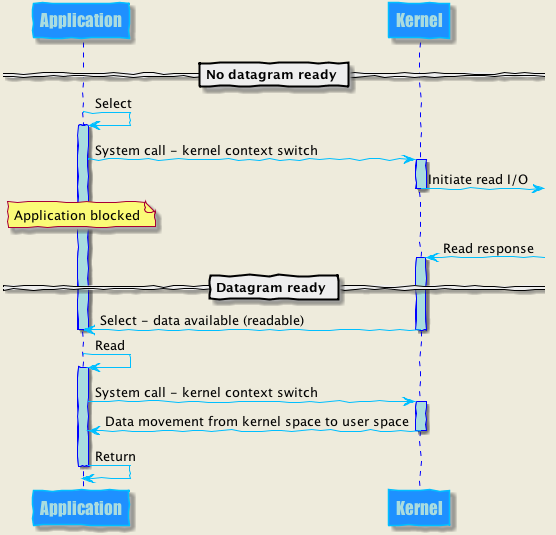
Hsin2Code/technology keeps this PlantUML diagram as io_multiplexing/image/async_blocking.png. Above is the earlier version. Source of this version:
```plantuml
@startuml
skinparam backgroundColor #EEEBDC
skinparam handwritten true

skinparam sequence {

ArrowColor DeepSkyBlue
LifeLineBorderColor blue
LifeLineBackgroundColor #A9DCDF

ParticipantBorderColor Deepskyblue
ParticipantBackgroundColor DodgerBlue
ParticipantFontName Impact
ParticipantFontSize 17
ParticipantFontColor #A9DCDF

}

participant Application as A
participant Kernel as K
== No datagram ready ==
A -> A : Select
activate A
A -> K : System call - kernel context switch
activate K
K ->] : Initiate read I/O
deactivate K
note over A : Application blocked
     K <-] : Read response
== Datagram ready ==
activate K
A <- K : Select - data available (readable)
deactivate K
deactivate A

A -> A : Read
activate A
A -> K : System call - kernel context switch
activate K
A <- K : Data movement from kernel space to user space
deactivate K
A -> A : Return
deactivate A

@enduml
```
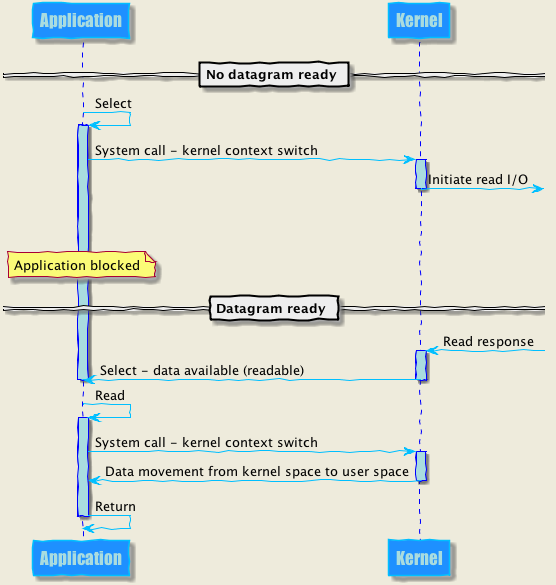
Later version of the same file.

Diff of the diagram source:
```diff
@@ -25,9 +25,10 @@
 activate K
 K ->] : Initiate read I/O
 deactivate K
+||50||
 note over A : Application blocked
+== Datagram ready ==
      K <-] : Read response
-== Datagram ready ==
 activate K
 A <- K : Select - data available (readable)
 deactivate K
```
